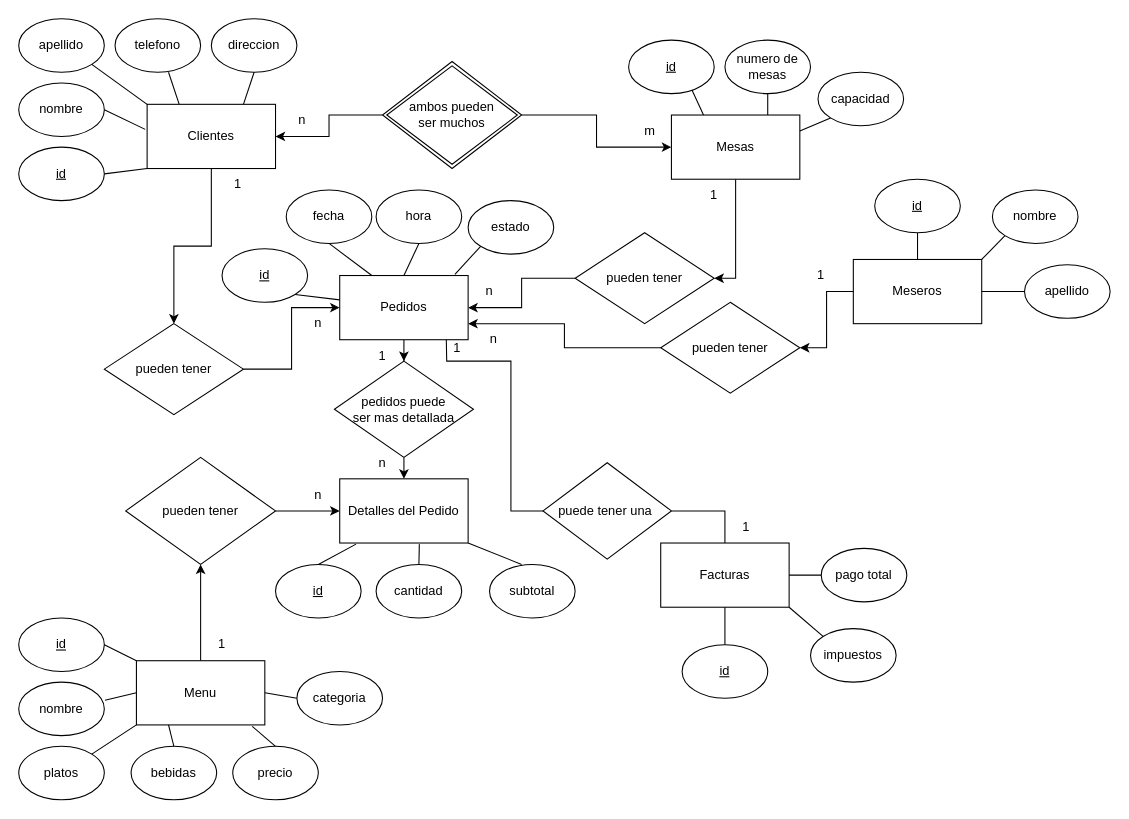
This is ejercicio 4/Diagrama_Chen_4.drawio from KCruz2004/Lab1_Bases_De_Datos, a draw.io file, before an edit. Source tidied: cells renumbered, new cells numbered last; positions are measured from the earlier drawing's top-left corner, leaving out a move shared by most shapes. Both pictures are drawn from the tidied source at 107%, with x=0, y=0 at pixel (18, 18).
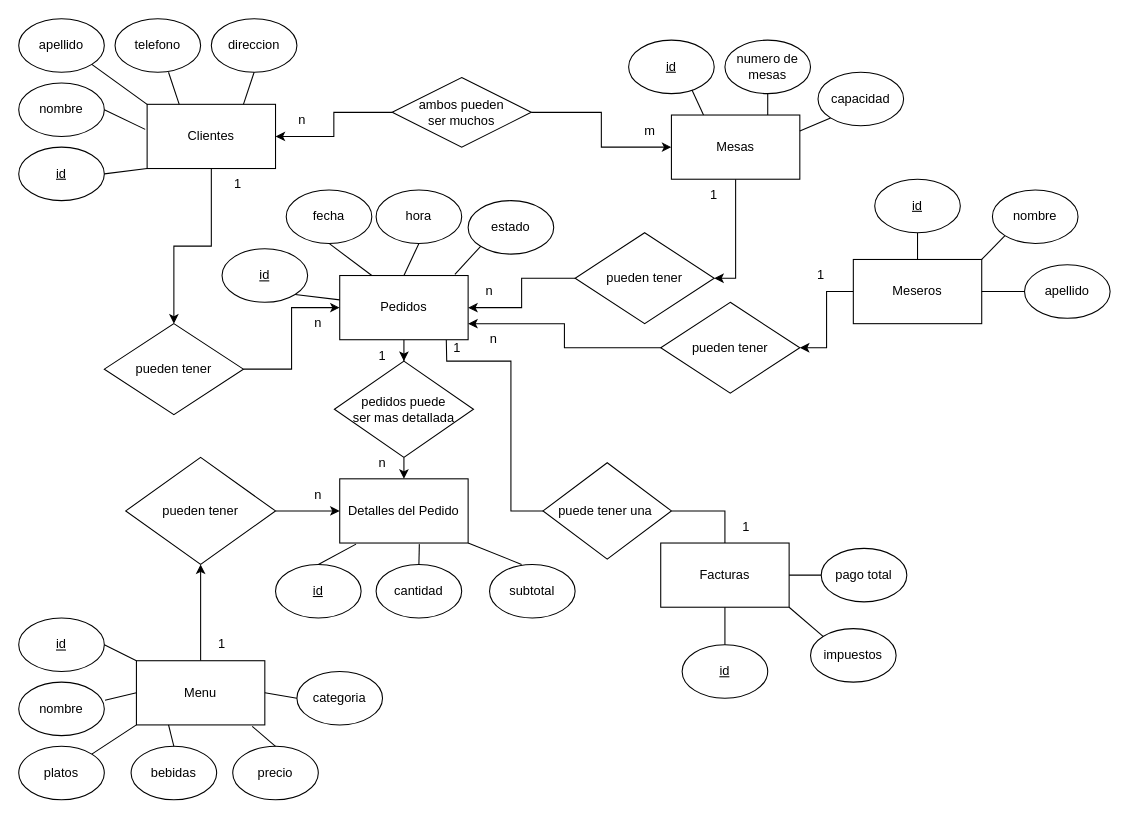
Above is the later version.

The change refers to these unchanged cells:
```xml
<mxCell id="3" value="Clientes" style="rounded=0;whiteSpace=wrap;html=1;" parent="1" vertex="1">
  <mxGeometry x="120" y="80" width="120" height="60" as="geometry" />
</mxCell>
<mxCell id="7" value="Mesas" style="rounded=0;whiteSpace=wrap;html=1;" parent="1" vertex="1">
  <mxGeometry x="610" y="90" width="120" height="60" as="geometry" />
</mxCell>
```

Diff of the diagram source:
```diff
@@
-    <mxCell id="40" style="edgeStyle=orthogonalEdgeStyle;rounded=0;jettySize=auto;html=1;entryX=1;entryY=0.5;entryDx=0;entryDy=0;" parent="1" edge="1" source="42" target="3">
+    <mxCell id="40" style="edgeStyle=orthogonalEdgeStyle;rounded=0;jettySize=auto;html=1;entryX=1;entryY=0.5;entryDx=0;entryDy=0;exitX=0;exitY=0.5;exitDx=0;exitDy=0;" parent="1" edge="1" source="42" target="3">
       <mxGeometry relative="1" as="geometry" />
     </mxCell>
-    <mxCell id="41" style="edgeStyle=orthogonalEdgeStyle;rounded=0;jettySize=auto;html=1;entryX=0;entryY=0.5;entryDx=0;entryDy=0;" parent="1" edge="1" source="42" target="7">
+    <mxCell id="41" style="edgeStyle=orthogonalEdgeStyle;rounded=0;jettySize=auto;html=1;entryX=0;entryY=0.5;entryDx=0;entryDy=0;exitX=1;exitY=0.5;exitDx=0;exitDy=0;" parent="1" edge="1" source="42" target="7">
       <mxGeometry relative="1" as="geometry" />
     </mxCell>
-    <mxCell id="42" value="ambos pueden&lt;div&gt;ser muchos&lt;/div&gt;" style="shape=rhombus;double=1;perimeter=rhombusPerimeter;whiteSpace=wrap;html=1;align=center;" parent="1" vertex="1">
-      <mxGeometry x="340" y="40" width="130" height="100" as="geometry" />
-    </mxCell>
@@
+    <mxCell id="42" value="ambos pueden&lt;div&gt;ser muchos&lt;/div&gt;" style="shape=rhombus;perimeter=rhombusPerimeter;whiteSpace=wrap;html=1;align=center;" parent="1" vertex="1">
+      <mxGeometry x="349" y="55" width="130" height="65" as="geometry" />
+    </mxCell>
```
